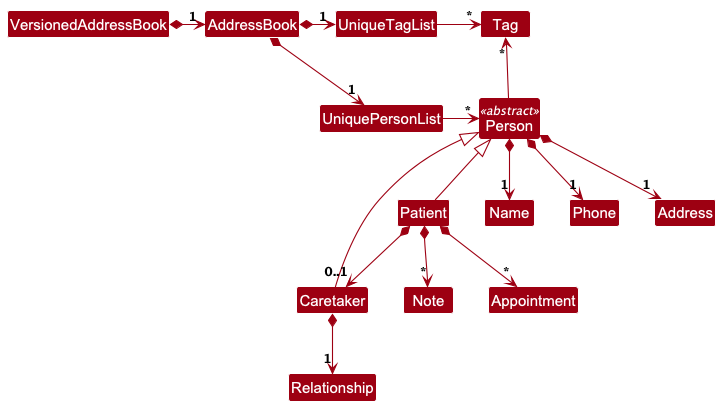
Before: docs/images/BetterModelClassDiagram.png, a diagram exported from PlantUML (AY2526S1-CS2103T-F14b-2/tp).
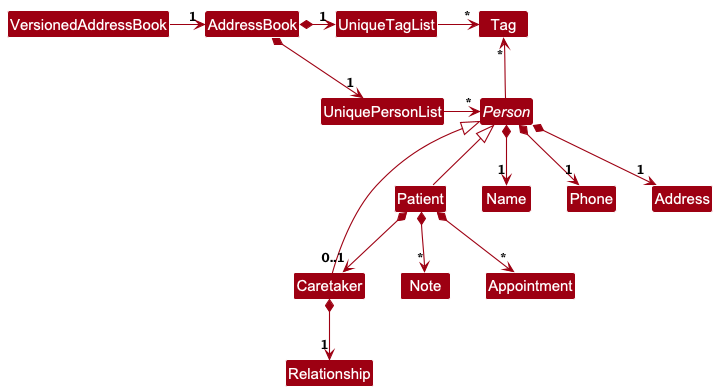
The same diagram one commit later.

Change to the diagram source:
```diff
@@ -14,7 +14,7 @@
 
 Person -up-> "*" Tag
 
-class Person <<abstract>> {
+abstract class Person {
 }
 
 class Patient {
@@ -38,6 +38,6 @@
 
 class VersionedAddressBook {
 }
-VersionedAddressBook *-right-> "1" AddressBook
+VersionedAddressBook --right-> "1" AddressBook
 
 @enduml
```
